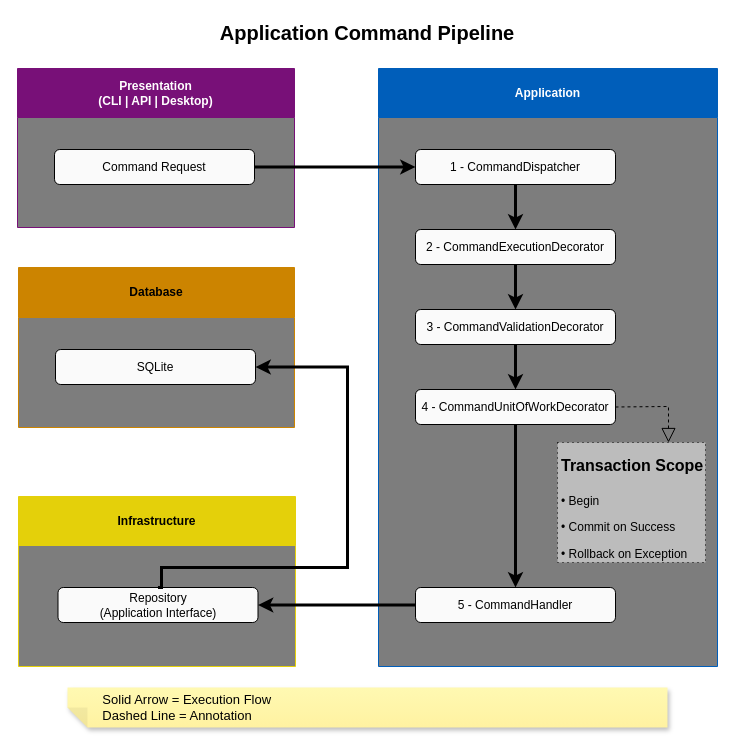
Above: docs/application/application-command-pipeline.drawio in sergio-lopes-developer/whoami (draw.io), before the change. Source tidied: cells renumbered, new cells numbered last; positions are measured from the earlier drawing's top-left corner, leaving out a move shared by most shapes. Both pictures are drawn from the tidied source at 100%, with x=0, y=0 at pixel (17, 17).
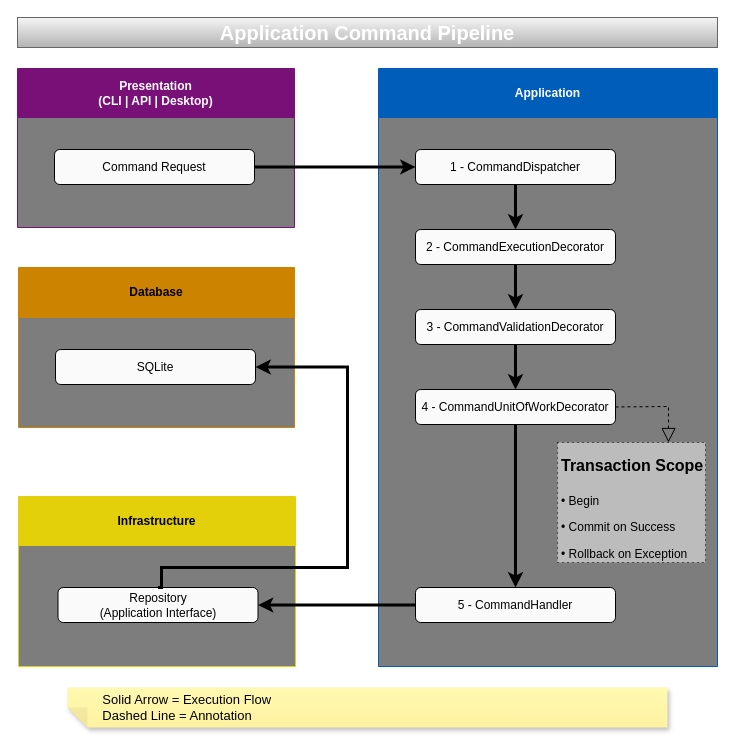
The same page after the edit.

Commit message (it also covers changes not shown here):
docs: add diagram title backgrounds

Diff of the diagram source:
```diff
@@
-    <mxCell id="20" value="&lt;font style=&quot;color: light-dark(rgb(0, 0, 0), rgb(255, 255, 255));&quot;&gt;Application Command Pipeline&lt;/font&gt;" style="text;html=1;whiteSpace=wrap;strokeColor=none;fillColor=none;align=center;verticalAlign=middle;rounded=0;gradientColor=none;fontSize=20;fontStyle=1;fontColor=light-dark(#000000,#FFFFFF);" parent="1" vertex="1">
+    <mxCell id="20" value="&lt;font style=&quot;color: light-dark(rgb(255, 255, 255), rgb(255, 255, 255));&quot;&gt;Application Command Pipeline&lt;/font&gt;" style="text;html=1;whiteSpace=wrap;strokeColor=#666666;fillColor=#f5f5f5;align=center;verticalAlign=middle;rounded=0;fontSize=20;fontStyle=1;fillStyle=solid;gradientColor=#b3b3b3;fontColor=light-dark(#FFFFFF,#FFFFFF);" parent="1" vertex="1">
       <mxGeometry width="700" height="30" as="geometry" />
     </mxCell>
```
